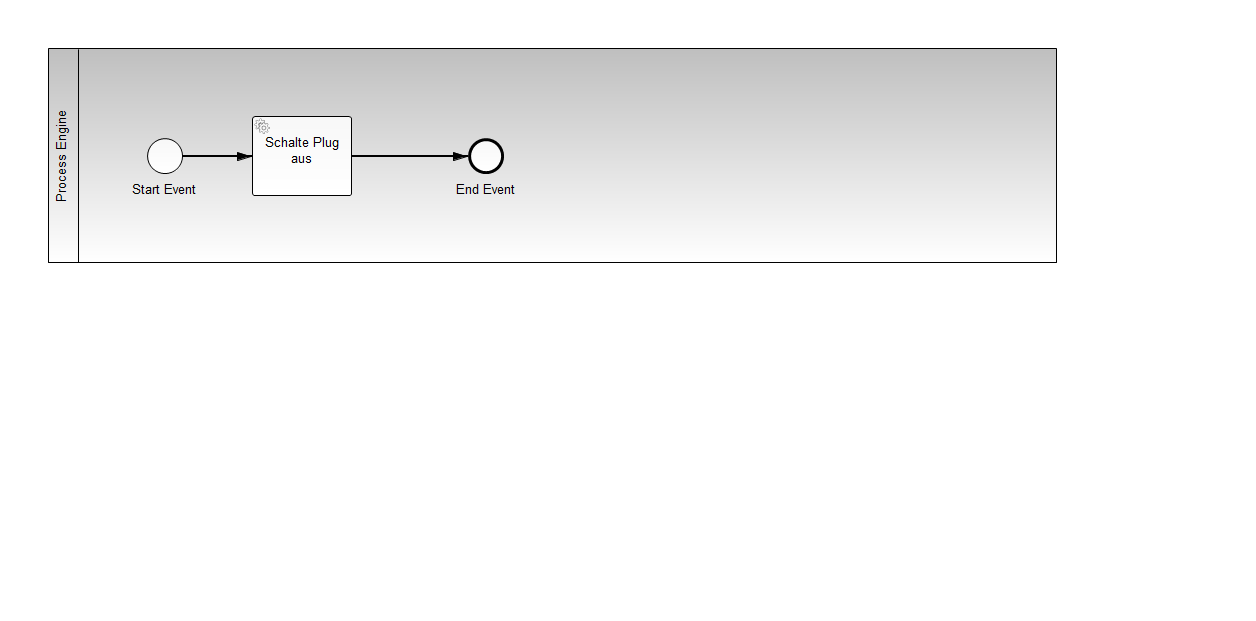
Before: src/main/resources/bpmn/myProcess.png, a diagram exported from BPMN (pascalwhoop/Pi-jAutomation433). Its source is kept beside it as src/main/resources/bpmn/myProcess.bpmn. Ids are renumbered. Its diagram source:
```xml
<bpmn2:definitions targetNamespace="http://activiti.org/bpmn" xmlns:xsi="http://www.w3.org/2001/XMLSchema-instance" xmlns:activiti="http://activiti.org/bpmn" xmlns:bpmn2="http://www.omg.org/spec/BPMN/20100524/MODEL" xmlns:bpmndi="http://www.omg.org/spec/BPMN/20100524/DI" xmlns:dc="http://www.omg.org/spec/DD/20100524/DC" xmlns:di="http://www.omg.org/spec/DD/20100524/DI" xsi:schemaLocation="http://www.omg.org/spec/BPMN/20100524/MODEL BPMN20.xsd" id="_aID70IKNEeOyOZEy0ApQfw">
  <bpmn2:collaboration id="myProcess">
    <bpmn2:participant id="_Participant_2" name="Process Engine" processRef="myProces"/>
  </bpmn2:collaboration>
  <bpmn2:process id="myProces" isExecutable="true">
    <bpmn2:startEvent id="StartEvent_1" name="Start Event">
      <bpmn2:outgoing>SequenceFlow_4</bpmn2:outgoing>
    </bpmn2:startEvent>
    <bpmn2:endEvent id="EndEvent_1" name="End Event">
      <bpmn2:incoming>SequenceFlow_5</bpmn2:incoming>
    </bpmn2:endEvent>
    <bpmn2:serviceTask id="ServiceTask_2" activiti:delegateExpression="#{deactivatePlugDelegate}" name="Schalte Plug aus">
      <bpmn2:incoming>SequenceFlow_4</bpmn2:incoming>
      <bpmn2:outgoing>SequenceFlow_5</bpmn2:outgoing>
    </bpmn2:serviceTask>
    <bpmn2:sequenceFlow id="SequenceFlow_4" sourceRef="StartEvent_1" targetRef="ServiceTask_2"/>
    <bpmn2:sequenceFlow id="SequenceFlow_5" name="" sourceRef="ServiceTask_2" targetRef="EndEvent_1"/>
  </bpmn2:process>
  <bpmndi:BPMNDiagram id="BPMNDiagram_1">
    <bpmndi:BPMNPlane id="BPMNPlane_1" bpmnElement="myProcess">
      <bpmndi:BPMNShape id="_BPMNShape_Participant_2" bpmnElement="_Participant_2" isHorizontal="true">
        <dc:Bounds height="215.0" width="1009.0" x="48.0" y="48.0"/>
      </bpmndi:BPMNShape>
      <bpmndi:BPMNShape id="_BPMNShape_StartEvent_3" bpmnElement="StartEvent_1">
        <dc:Bounds height="36.0" width="36.0" x="147.0" y="138.0"/>
      </bpmndi:BPMNShape>
      <bpmndi:BPMNShape id="_BPMNShape_EndEvent_9" bpmnElement="EndEvent_1">
        <dc:Bounds height="36.0" width="36.0" x="468.0" y="138.0"/>
        <bpmndi:BPMNLabel>
          <dc:Bounds height="22.0" width="65.0" x="454.0" y="179.0"/>
        </bpmndi:BPMNLabel>
      </bpmndi:BPMNShape>
      <bpmndi:BPMNShape id="_BPMNShape_ServiceTask_10" bpmnElement="ServiceTask_2">
        <dc:Bounds height="80.0" width="100.0" x="252.0" y="116.0"/>
      </bpmndi:BPMNShape>
      <bpmndi:BPMNEdge id="BPMNEdge_SequenceFlow_4" bpmnElement="SequenceFlow_4" sourceElement="_BPMNShape_StartEvent_3" targetElement="_BPMNShape_ServiceTask_10">
        <di:waypoint xsi:type="dc:Point" x="183.0" y="156.0"/>
        <di:waypoint xsi:type="dc:Point" x="252.0" y="156.0"/>
        <bpmndi:BPMNLabel>
          <dc:Bounds height="0.0" width="0.0" x="208.0" y="156.0"/>
        </bpmndi:BPMNLabel>
      </bpmndi:BPMNEdge>
      <bpmndi:BPMNEdge id="BPMNEdge_SequenceFlow_5" bpmnElement="SequenceFlow_5" sourceElement="_BPMNShape_ServiceTask_10" targetElement="_BPMNShape_EndEvent_9">
        <di:waypoint xsi:type="dc:Point" x="352.0" y="156.0"/>
        <di:waypoint xsi:type="dc:Point" x="468.0" y="156.0"/>
        <bpmndi:BPMNLabel>
          <dc:Bounds height="6.0" width="6.0" x="417.0" y="156.0"/>
        </bpmndi:BPMNLabel>
      </bpmndi:BPMNEdge>
    </bpmndi:BPMNPlane>
  </bpmndi:BPMNDiagram>
</bpmn2:definitions>
```
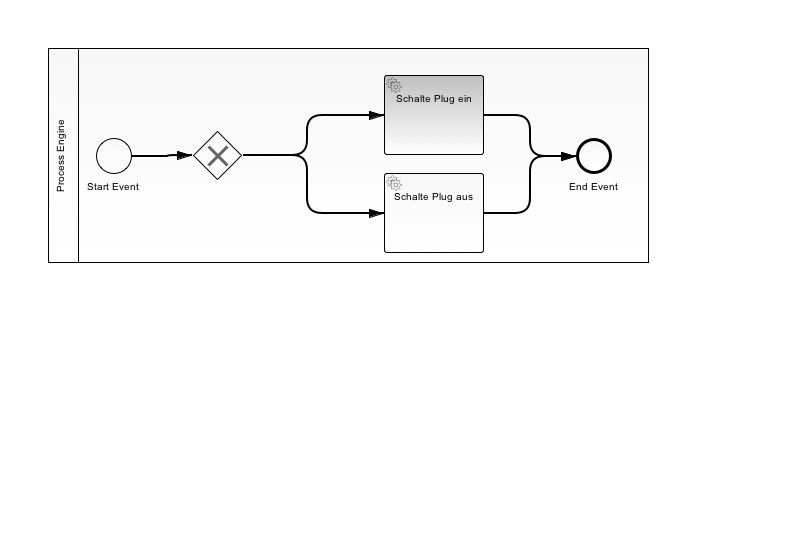
Later version of the same file.

What changed in the source:
```diff
@@ -1,51 +1,108 @@
-<bpmn2:definitions targetNamespace="http://activiti.org/bpmn" xmlns:xsi="http://www.w3.org/2001/XMLSchema-instance" xmlns:activiti="http://activiti.org/bpmn" xmlns:bpmn2="http://www.omg.org/spec/BPMN/20100524/MODEL" xmlns:bpmndi="http://www.omg.org/spec/BPMN/20100524/DI" xmlns:dc="http://www.omg.org/spec/DD/20100524/DC" xmlns:di="http://www.omg.org/spec/DD/20100524/DI" xsi:schemaLocation="http://www.omg.org/spec/BPMN/20100524/MODEL BPMN20.xsd" id="_aID70IKNEeOyOZEy0ApQfw">
-  <bpmn2:collaboration id="myProcess">
-    <bpmn2:participant id="_Participant_2" name="Process Engine" processRef="myProces"/>
+<bpmn2:definitions xmlns:xsi="http://www.w3.org/2001/XMLSchema-instance" xmlns:activiti="http://activiti.org/bpmn" xmlns:bpmn2="http://www.omg.org/spec/BPMN/20100524/MODEL" xmlns:bpmndi="http://www.omg.org/spec/BPMN/20100524/DI" xmlns:dc="http://www.omg.org/spec/DD/20100524/DC" xmlns:di="http://www.omg.org/spec/DD/20100524/DI" xsi:schemaLocation="http://www.omg.org/spec/BPMN/20100524/MODEL BPMN20.xsd" id="_aID70IKNEeOyOZEy0ApQfw" targetNamespace="http://activiti.org/bpmn">
+  <bpmn2:collaboration id="plugStateProcess">
+    <bpmn2:participant id="setPlugStateProcess1" name="Process Engine" processRef="setPlugStateProcess"/>
   </bpmn2:collaboration>
-  <bpmn2:process id="myProces" isExecutable="true">
+  <bpmn2:process id="setPlugStateProcess" name="Set Plug State Process" isExecutable="true">
     <bpmn2:startEvent id="StartEvent_1" name="Start Event">
       <bpmn2:outgoing>SequenceFlow_4</bpmn2:outgoing>
     </bpmn2:startEvent>
     <bpmn2:endEvent id="EndEvent_1" name="End Event">
       <bpmn2:incoming>SequenceFlow_5</bpmn2:incoming>
+      <bpmn2:incoming>SequenceFlow_3</bpmn2:incoming>
     </bpmn2:endEvent>
     <bpmn2:serviceTask id="ServiceTask_2" activiti:delegateExpression="#{deactivatePlugDelegate}" name="Schalte Plug aus">
-      <bpmn2:incoming>SequenceFlow_4</bpmn2:incoming>
+      <bpmn2:incoming>SequenceFlow_2</bpmn2:incoming>
       <bpmn2:outgoing>SequenceFlow_5</bpmn2:outgoing>
     </bpmn2:serviceTask>
-    <bpmn2:sequenceFlow id="SequenceFlow_4" sourceRef="StartEvent_1" targetRef="ServiceTask_2"/>
+    <bpmn2:sequenceFlow id="SequenceFlow_4" sourceRef="StartEvent_1" targetRef="ExclusiveGateway_2"/>
     <bpmn2:sequenceFlow id="SequenceFlow_5" name="" sourceRef="ServiceTask_2" targetRef="EndEvent_1"/>
+    <bpmn2:exclusiveGateway id="ExclusiveGateway_2">
+      <bpmn2:incoming>SequenceFlow_4</bpmn2:incoming>
+      <bpmn2:outgoing>SequenceFlow_1</bpmn2:outgoing>
+      <bpmn2:outgoing>SequenceFlow_2</bpmn2:outgoing>
+    </bpmn2:exclusiveGateway>
+    <bpmn2:serviceTask id="ServiceTask_1" activiti:delegateExpression="#{activatePlugDelegate}" name="Schalte Plug ein">
+      <bpmn2:incoming>SequenceFlow_1</bpmn2:incoming>
+      <bpmn2:outgoing>SequenceFlow_3</bpmn2:outgoing>
+    </bpmn2:serviceTask>
+    <bpmn2:sequenceFlow id="SequenceFlow_1" name="" sourceRef="ExclusiveGateway_2" targetRef="ServiceTask_1">
+      <bpmn2:conditionExpression xsi:type="bpmn2:tFormalExpression">#{newState == true}</bpmn2:conditionExpression>
+    </bpmn2:sequenceFlow>
+    <bpmn2:sequenceFlow id="SequenceFlow_2" name="" sourceRef="ExclusiveGateway_2" targetRef="ServiceTask_2">
+      <bpmn2:conditionExpression xsi:type="bpmn2:tFormalExpression">#{newState == false}</bpmn2:conditionExpression>
+    </bpmn2:sequenceFlow>
+    <bpmn2:sequenceFlow id="SequenceFlow_3" name="" sourceRef="ServiceTask_1" targetRef="EndEvent_1"/>
   </bpmn2:process>
   <bpmndi:BPMNDiagram id="BPMNDiagram_1">
-    <bpmndi:BPMNPlane id="BPMNPlane_1" bpmnElement="myProcess">
-      <bpmndi:BPMNShape id="_BPMNShape_Participant_2" bpmnElement="_Participant_2" isHorizontal="true">
-        <dc:Bounds height="215.0" width="1009.0" x="48.0" y="48.0"/>
+    <bpmndi:BPMNPlane id="BPMNPlane_1" bpmnElement="plugStateProcess">
+      <bpmndi:BPMNShape id="_BPMNShape_Participant_2" bpmnElement="setPlugStateProcess1" isHorizontal="true">
+        <dc:Bounds height="215.0" width="601.0" x="48.0" y="48.0"/>
       </bpmndi:BPMNShape>
       <bpmndi:BPMNShape id="_BPMNShape_StartEvent_3" bpmnElement="StartEvent_1">
-        <dc:Bounds height="36.0" width="36.0" x="147.0" y="138.0"/>
+        <dc:Bounds height="36.0" width="36.0" x="96.0" y="138.0"/>
+        <bpmndi:BPMNLabel>
+          <dc:Bounds height="17.0" width="58.0" x="85.0" y="179.0"/>
+        </bpmndi:BPMNLabel>
       </bpmndi:BPMNShape>
       <bpmndi:BPMNShape id="_BPMNShape_EndEvent_9" bpmnElement="EndEvent_1">
-        <dc:Bounds height="36.0" width="36.0" x="468.0" y="138.0"/>
+        <dc:Bounds height="36.0" width="36.0" x="576.0" y="138.0"/>
         <bpmndi:BPMNLabel>
-          <dc:Bounds height="22.0" width="65.0" x="454.0" y="179.0"/>
+          <dc:Bounds height="17.0" width="55.0" x="567.0" y="179.0"/>
         </bpmndi:BPMNLabel>
       </bpmndi:BPMNShape>
       <bpmndi:BPMNShape id="_BPMNShape_ServiceTask_10" bpmnElement="ServiceTask_2">
-        <dc:Bounds height="80.0" width="100.0" x="252.0" y="116.0"/>
+        <dc:Bounds height="80.0" width="100.0" x="384.0" y="173.0"/>
       </bpmndi:BPMNShape>
-      <bpmndi:BPMNEdge id="BPMNEdge_SequenceFlow_4" bpmnElement="SequenceFlow_4" sourceElement="_BPMNShape_StartEvent_3" targetElement="_BPMNShape_ServiceTask_10">
-        <di:waypoint xsi:type="dc:Point" x="183.0" y="156.0"/>
-        <di:waypoint xsi:type="dc:Point" x="252.0" y="156.0"/>
+      <bpmndi:BPMNEdge id="BPMNEdge_SequenceFlow_4" bpmnElement="SequenceFlow_4" sourceElement="_BPMNShape_StartEvent_3" targetElement="_BPMNShape_ExclusiveGateway_4">
+        <di:waypoint xsi:type="dc:Point" x="132.0" y="156.0"/>
+        <di:waypoint xsi:type="dc:Point" x="167.0" y="156.0"/>
+        <di:waypoint xsi:type="dc:Point" x="167.0" y="155.0"/>
+        <di:waypoint xsi:type="dc:Point" x="192.0" y="155.0"/>
         <bpmndi:BPMNLabel>
-          <dc:Bounds height="0.0" width="0.0" x="208.0" y="156.0"/>
+          <dc:Bounds height="0.0" width="0.0" x="157.0" y="156.0"/>
         </bpmndi:BPMNLabel>
       </bpmndi:BPMNEdge>
       <bpmndi:BPMNEdge id="BPMNEdge_SequenceFlow_5" bpmnElement="SequenceFlow_5" sourceElement="_BPMNShape_ServiceTask_10" targetElement="_BPMNShape_EndEvent_9">
-        <di:waypoint xsi:type="dc:Point" x="352.0" y="156.0"/>
-        <di:waypoint xsi:type="dc:Point" x="468.0" y="156.0"/>
+        <di:waypoint xsi:type="dc:Point" x="484.0" y="213.0"/>
+        <di:waypoint xsi:type="dc:Point" x="530.0" y="213.0"/>
+        <di:waypoint xsi:type="dc:Point" x="530.0" y="156.0"/>
+        <di:waypoint xsi:type="dc:Point" x="576.0" y="156.0"/>
         <bpmndi:BPMNLabel>
-          <dc:Bounds height="6.0" width="6.0" x="417.0" y="156.0"/>
+          <dc:Bounds height="6.0" width="6.0" x="527.0" y="191.0"/>
         </bpmndi:BPMNLabel>
+      </bpmndi:BPMNEdge>
+      <bpmndi:BPMNShape id="_BPMNShape_ExclusiveGateway_4" bpmnElement="ExclusiveGateway_2" isMarkerVisible="true">
+        <dc:Bounds height="50.0" width="50.0" x="192.0" y="130.0"/>
+        <bpmndi:BPMNLabel>
+          <dc:Bounds height="0.0" width="0.0" x="217.0" y="185.0"/>
+        </bpmndi:BPMNLabel>
+      </bpmndi:BPMNShape>
+      <bpmndi:BPMNShape id="_BPMNShape_ServiceTask_11" bpmnElement="ServiceTask_1">
+        <dc:Bounds height="80.0" width="100.0" x="384.0" y="75.0"/>
+      </bpmndi:BPMNShape>
+      <bpmndi:BPMNEdge id="BPMNEdge_SequenceFlow_1" bpmnElement="SequenceFlow_1" sourceElement="_BPMNShape_ExclusiveGateway_4" targetElement="_BPMNShape_ServiceTask_11">
+        <di:waypoint xsi:type="dc:Point" x="242.0" y="155.0"/>
+        <di:waypoint xsi:type="dc:Point" x="307.0" y="155.0"/>
+        <di:waypoint xsi:type="dc:Point" x="307.0" y="115.0"/>
+        <di:waypoint xsi:type="dc:Point" x="384.0" y="115.0"/>
+        <bpmndi:BPMNLabel>
+          <dc:Bounds height="6.0" width="6.0" x="264.0" y="155.0"/>
+        </bpmndi:BPMNLabel>
+      </bpmndi:BPMNEdge>
+      <bpmndi:BPMNEdge id="BPMNEdge_SequenceFlow_2" bpmnElement="SequenceFlow_2" sourceElement="_BPMNShape_ExclusiveGateway_4" targetElement="_BPMNShape_ServiceTask_10">
+        <di:waypoint xsi:type="dc:Point" x="242.0" y="155.0"/>
+        <di:waypoint xsi:type="dc:Point" x="307.0" y="155.0"/>
+        <di:waypoint xsi:type="dc:Point" x="307.0" y="213.0"/>
+        <di:waypoint xsi:type="dc:Point" x="384.0" y="213.0"/>
+        <bpmndi:BPMNLabel>
+          <dc:Bounds height="6.0" width="6.0" x="304.0" y="196.0"/>
+        </bpmndi:BPMNLabel>
+      </bpmndi:BPMNEdge>
+      <bpmndi:BPMNEdge id="BPMNEdge_SequenceFlow_3" bpmnElement="SequenceFlow_3" sourceElement="_BPMNShape_ServiceTask_11" targetElement="_BPMNShape_EndEvent_9">
+        <di:waypoint xsi:type="dc:Point" x="484.0" y="115.0"/>
+        <di:waypoint xsi:type="dc:Point" x="530.0" y="115.0"/>
+        <di:waypoint xsi:type="dc:Point" x="530.0" y="156.0"/>
+        <di:waypoint xsi:type="dc:Point" x="576.0" y="156.0"/>
       </bpmndi:BPMNEdge>
     </bpmndi:BPMNPlane>
   </bpmndi:BPMNDiagram>
```
